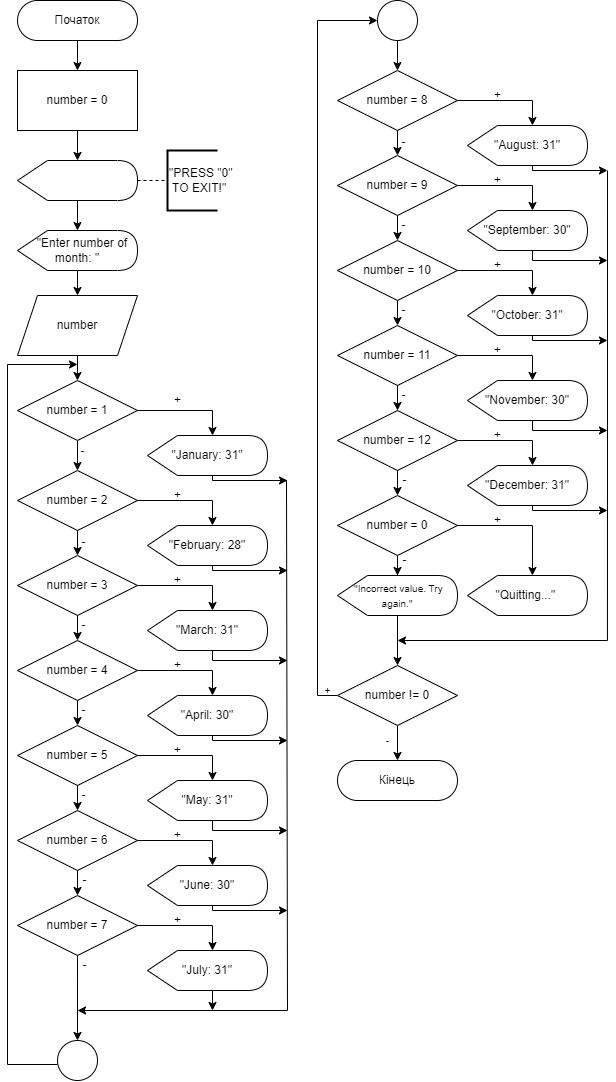
Above: Lab2_VadymHurnik/Task3/Lab2_scheme3.png in vadymhrnk/NUFT-OPRA (draw.io), before the change. Source tidied: cells renumbered, new cells last; positions are measured from the earlier drawing's top-left corner, leaving out a move shared by most shapes.
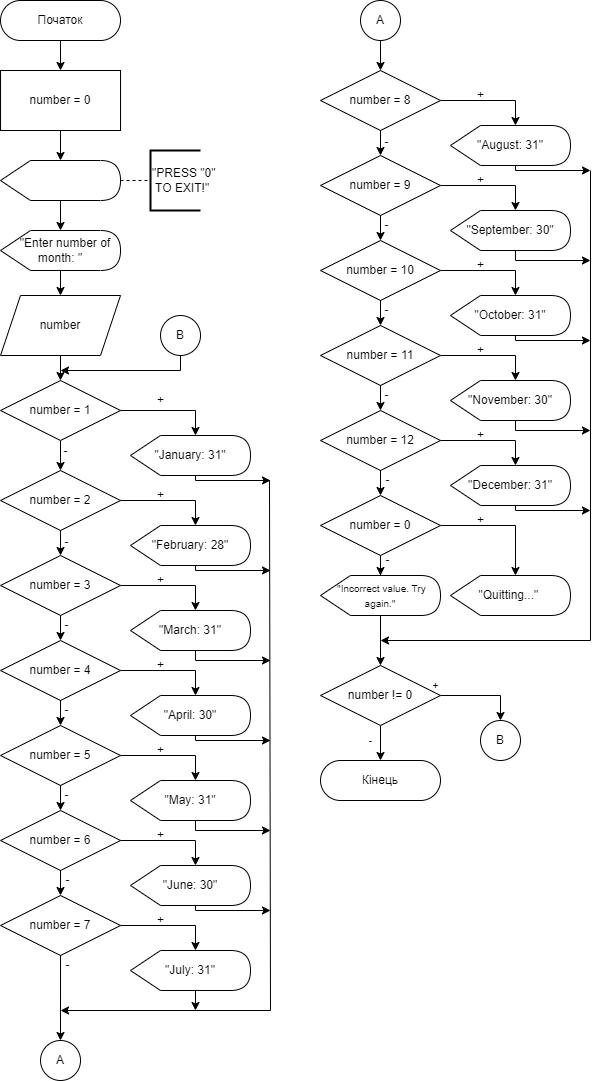
Above is the later version.

Commit message:
Fixed block-schemes

Change to the diagram source:
```diff
@@ -31,23 +31,13 @@
     <mxCell id="10" value="number = 1" style="rhombus;whiteSpace=wrap;html=1;" parent="1" vertex="1">
       <mxGeometry x="10" y="380" width="120" height="60" as="geometry" />
     </mxCell>
-    <mxCell id="11" style="edgeStyle=orthogonalEdgeStyle;rounded=0;orthogonalLoop=1;jettySize=auto;html=1;exitX=0;exitY=0.5;exitDx=0;exitDy=0;fontSize=10;" parent="1" edge="1">
-      <mxGeometry relative="1" as="geometry">
-        <mxPoint x="50" y="1064" as="sourcePoint" />
-        <mxPoint x="70" y="364" as="targetPoint" />
-        <Array as="points">
-          <mxPoint y="1064" />
-          <mxPoint y="364" />
-        </Array>
-      </mxGeometry>
-    </mxCell>
-    <mxCell id="12" style="ellipse;whiteSpace=wrap;html=1;" parent="1" vertex="1">
+    <mxCell id="12" value="A" style="ellipse;whiteSpace=wrap;html=1;" parent="1" vertex="1">
       <mxGeometry x="50" y="1040" width="40" height="40" as="geometry" />
     </mxCell>
     <mxCell id="13" style="edgeStyle=orthogonalEdgeStyle;rounded=0;jettySize=auto;html=1;entryX=0.5;entryY=0;entryDx=0;entryDy=0;" parent="1" edge="1" source="14" target="69">
       <mxGeometry relative="1" as="geometry" />
     </mxCell>
-    <mxCell id="14" style="ellipse;whiteSpace=wrap;html=1;" parent="1" vertex="1">
+    <mxCell id="14" value="A" style="ellipse;whiteSpace=wrap;html=1;" parent="1" vertex="1">
       <mxGeometry x="370" width="40" height="40" as="geometry" />
     </mxCell>
     <mxCell id="15" style="edgeStyle=orthogonalEdgeStyle;rounded=0;jettySize=auto;html=1;" parent="1" edge="1" source="16" target="20">
@@ -438,20 +428,34 @@
     <mxCell id="112" value="Кінець" style="rounded=1;whiteSpace=wrap;html=1;fontSize=12;glass=0;strokeWidth=1;shadow=0;arcSize=50;" parent="1" vertex="1">
       <mxGeometry x="330" y="760" width="120" height="40" as="geometry" />
     </mxCell>
-    <mxCell id="113" style="edgeStyle=orthogonalEdgeStyle;rounded=0;jettySize=auto;html=1;exitX=0;exitY=0.5;exitDx=0;exitDy=0;entryX=0;entryY=0.5;entryDx=0;entryDy=0;fontSize=10;" parent="1" edge="1" source="115" target="14">
-      <mxGeometry relative="1" as="geometry" />
-    </mxCell>
     <mxCell id="114" style="edgeStyle=orthogonalEdgeStyle;rounded=0;jettySize=auto;html=1;fontSize=10;" parent="1" edge="1" source="115" target="112">
       <mxGeometry relative="1" as="geometry" />
     </mxCell>
+    <mxCell id="118" style="edgeStyle=orthogonalEdgeStyle;rounded=0;jettySize=auto;html=1;exitX=1;exitY=0.5;exitDx=0;exitDy=0;entryX=0.5;entryY=0;entryDx=0;entryDy=0;" parent="1" edge="1" source="115" target="119">
+      <mxGeometry relative="1" as="geometry" />
+    </mxCell>
     <mxCell id="115" value="number != 0" style="rhombus;whiteSpace=wrap;html=1;" parent="1" vertex="1">
       <mxGeometry x="330" y="665" width="120" height="60" as="geometry" />
     </mxCell>
     <mxCell id="116" value="+" style="text;html=1;align=center;verticalAlign=middle;strokeColor=none;fillColor=none;fontSize=10;" parent="1" vertex="1">
-      <mxGeometry x="305" y="675" width="30" height="30" as="geometry" />
+      <mxGeometry x="430" y="670" width="30" height="30" as="geometry" />
     </mxCell>
     <mxCell id="117" value="-" style="text;html=1;align=center;verticalAlign=middle;strokeColor=none;fillColor=none;fontSize=10;" parent="1" vertex="1">
       <mxGeometry x="365" y="725" width="30" height="30" as="geometry" />
     </mxCell>
+    <mxCell id="119" value="B" style="ellipse;whiteSpace=wrap;html=1;" parent="1" vertex="1">
+      <mxGeometry x="490" y="720" width="40" height="40" as="geometry" />
+    </mxCell>
+    <mxCell id="120" style="edgeStyle=orthogonalEdgeStyle;rounded=0;jettySize=auto;html=1;exitX=0.5;exitY=1;exitDx=0;exitDy=0;" parent="1" edge="1" source="121">
+      <mxGeometry relative="1" as="geometry">
+        <mxPoint x="70" y="370" as="targetPoint" />
+        <Array as="points">
+          <mxPoint x="190" y="370" />
+        </Array>
+      </mxGeometry>
+    </mxCell>
+    <mxCell id="121" value="B" style="ellipse;whiteSpace=wrap;html=1;" parent="1" vertex="1">
+      <mxGeometry x="170" y="315" width="40" height="40" as="geometry" />
+    </mxCell>
   </root>
 </mxGraphModel>
```
